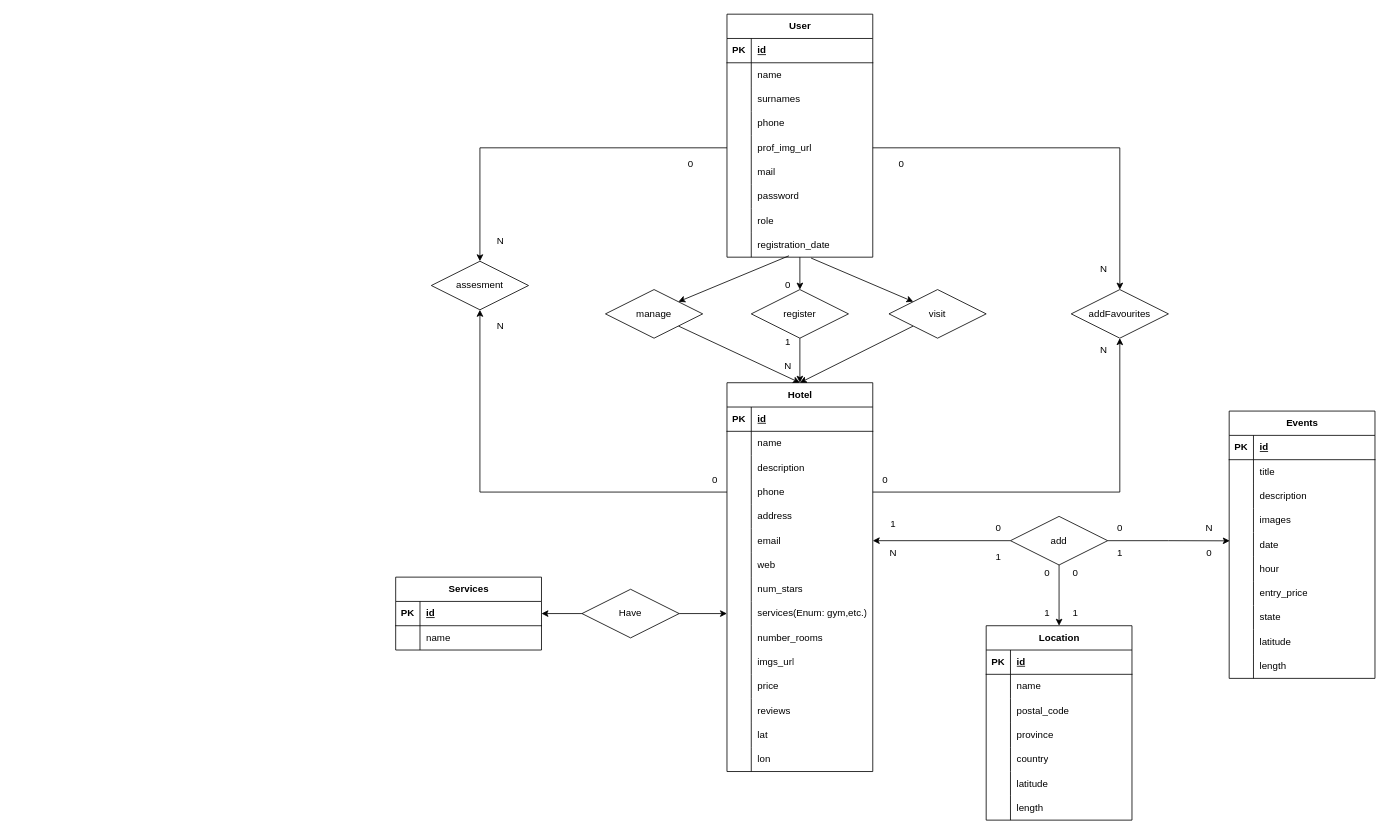
Before: c6_hohoHotel.drawio in SerotDev/sru-abi-rlm-project-backend, a draw.io diagram. Source tidied: cells renumbered, new cells numbered last; positions are measured from the earlier drawing's top-left corner, leaving out a move shared by most shapes. Both pictures are drawn from the tidied source at 81%, with x=0, y=0 at pixel (14, 14).
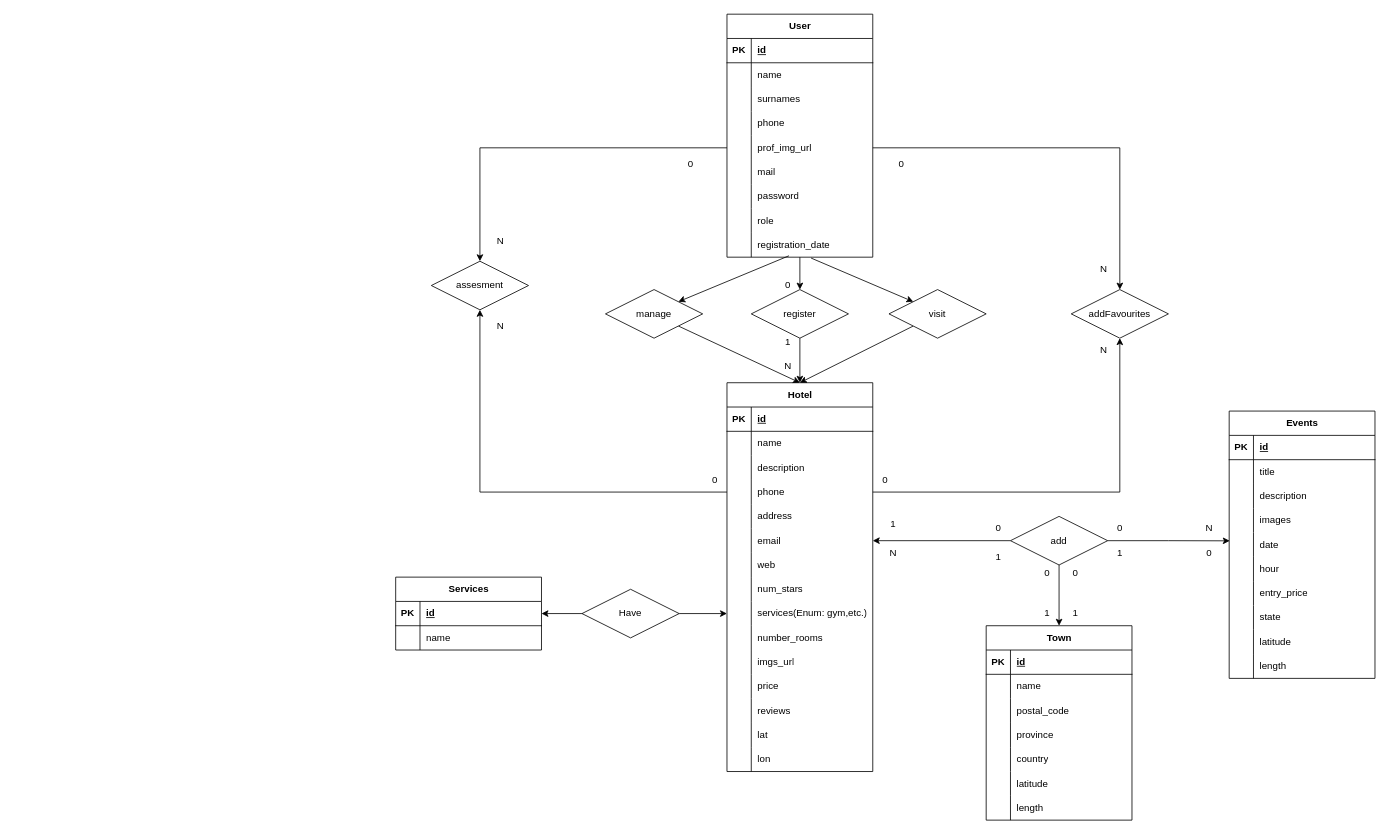
Above is the later version.

The edit, as a diff of the source:
```diff
@@
-    <mxCell id="129" value="Location" style="shape=table;startSize=30;childLayout=tableLayout;rowLines=0;fontStyle=1;align=center;html=1;" parent="1" vertex="1">
+    <mxCell id="129" value="Town" style="shape=table;startSize=30;childLayout=tableLayout;rowLines=0;fontStyle=1;align=center;html=1;" parent="1" vertex="1">
       <mxGeometry x="1200" y="755" width="180" height="240" as="geometry" />
     </mxCell>
```
